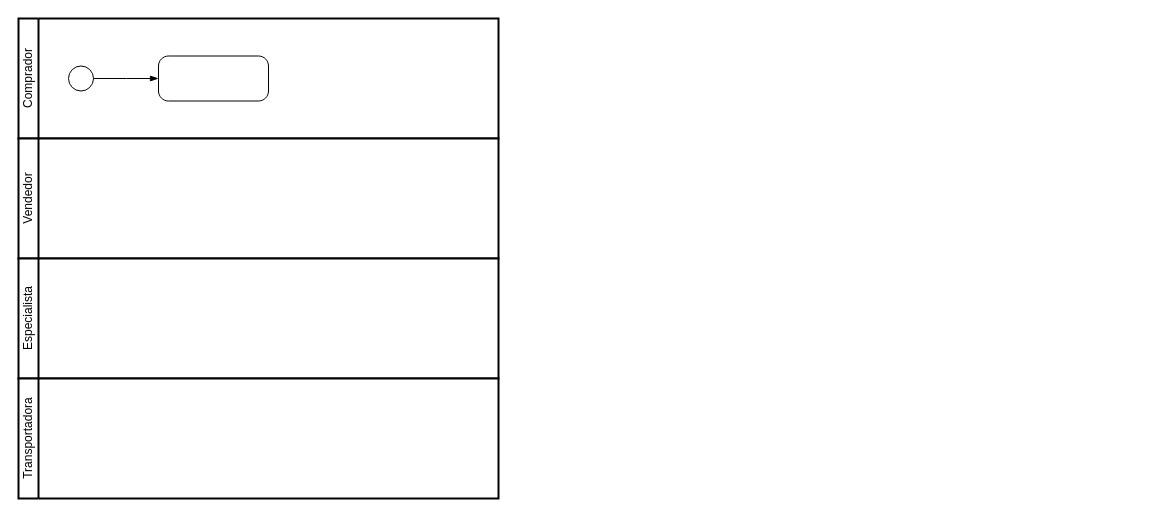
The draw.io diagram page "Modelo As Is" (1 of 2) of ModelagemProcessoNegocio.drawio in luca-moraes/projetoCorintoModelagem, before the edit. Source tidied: cells renumbered, new cells numbered last; positions are measured from the earlier drawing's top-left corner, leaving out a move shared by most shapes. Both pictures are drawn from the tidied source at 100%, with x=0, y=0 at pixel (18, 18).
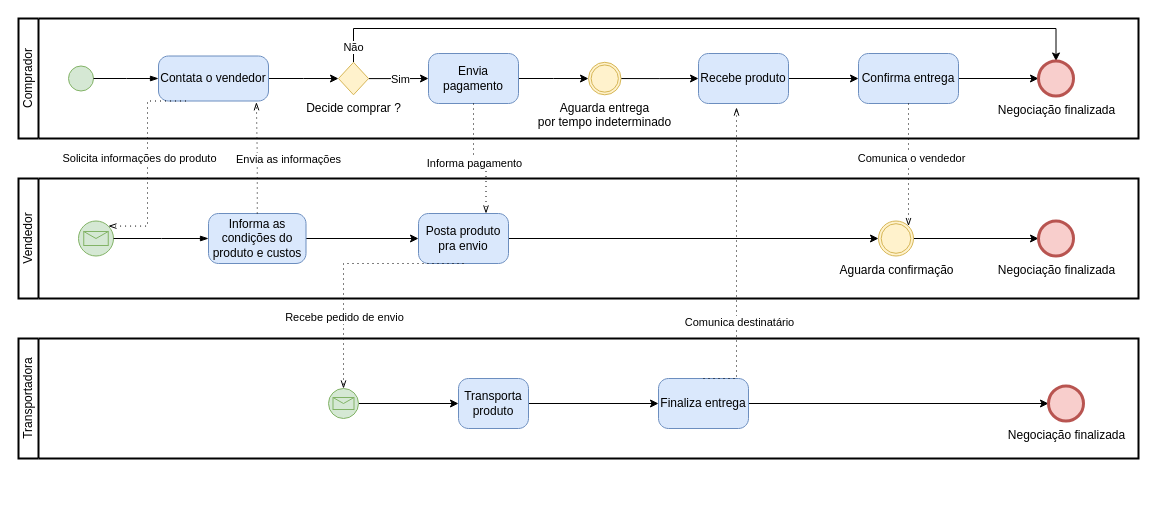
After the change.

What changed in the source:
```diff
@@
     <mxCell id="2" value="Comprador" style="swimlane;html=1;startSize=20;fontStyle=0;horizontal=0;swimlaneLine=1;swimlaneFillColor=#ffffff;strokeWidth=2;whiteSpace=wrap;" parent="1" vertex="1">
-      <mxGeometry width="480" height="120" as="geometry" />
+      <mxGeometry width="1120" height="120" as="geometry" />
     </mxCell>
-    <mxCell id="3" style="points=[[0.145,0.145,0],[0.5,0,0],[0.855,0.145,0],[1,0.5,0],[0.855,0.855,0],[0.5,1,0],[0.145,0.855,0],[0,0.5,0]];shape=mxgraph.bpmn.event;html=1;verticalLabelPosition=bottom;labelBackgroundColor=#ffffff;verticalAlign=top;align=center;perimeter=ellipsePerimeter;outlineConnect=0;outline=standard;symbol=general;" parent="2" vertex="1">
+    <mxCell id="3" style="points=[[0.145,0.145,0],[0.5,0,0],[0.855,0.145,0],[1,0.5,0],[0.855,0.855,0],[0.5,1,0],[0.145,0.855,0],[0,0.5,0]];shape=mxgraph.bpmn.event;html=1;verticalLabelPosition=bottom;labelBackgroundColor=#ffffff;verticalAlign=top;align=center;perimeter=ellipsePerimeter;outlineConnect=0;outline=standard;symbol=general;fillColor=#d5e8d4;strokeColor=#82b366;" parent="2" vertex="1">
       <mxGeometry x="50" y="47.5" width="25" height="25" as="geometry" />
     </mxCell>
+    <mxCell id="9" style="edgeStyle=orthogonalEdgeStyle;rounded=0;jettySize=auto;html=1;entryX=0;entryY=0.5;entryDx=0;entryDy=0;entryPerimeter=0;" parent="2" edge="1" source="4" target="14">
+      <mxGeometry relative="1" as="geometry" />
+    </mxCell>
-    <mxCell id="4" style="points=[[0.25,0,0],[0.5,0,0],[0.75,0,0],[1,0.25,0],[1,0.5,0],[1,0.75,0],[0.75,1,0],[0.5,1,0],[0.25,1,0],[0,0.75,0],[0,0.5,0],[0,0.25,0]];shape=mxgraph.bpmn.task;whiteSpace=wrap;rectStyle=rounded;size=10;html=1;taskMarker=abstract;" parent="2" vertex="1">
+    <mxCell id="4" value="Contata o vendedor" style="points=[[0.25,0,0],[0.5,0,0],[0.75,0,0],[1,0.25,0],[1,0.5,0],[1,0.75,0],[0.75,1,0],[0.5,1,0],[0.25,1,0],[0,0.75,0],[0,0.5,0],[0,0.25,0]];shape=mxgraph.bpmn.task;whiteSpace=wrap;rectStyle=rounded;size=10;html=1;taskMarker=abstract;fillColor=#dae8fc;strokeColor=#6c8ebf;" parent="2" vertex="1">
       <mxGeometry x="140" y="37.5" width="110" height="45" as="geometry" />
     </mxCell>
@@
+    <mxCell id="10" style="edgeStyle=orthogonalEdgeStyle;rounded=0;jettySize=auto;html=1;entryX=0;entryY=0.5;entryDx=0;entryDy=0;entryPerimeter=0;" parent="2" edge="1" source="14" target="16">
+      <mxGeometry relative="1" as="geometry" />
+    </mxCell>
+    <mxCell id="11" value="Sim" style="edgeLabel;html=1;align=center;verticalAlign=middle;" parent="10" vertex="1">
+      <mxGeometry x="0.07" relative="1" as="geometry" />
+    </mxCell>
+    <mxCell id="12" style="edgeStyle=orthogonalEdgeStyle;rounded=0;jettySize=auto;html=1;entryX=0.5;entryY=0;entryDx=0;entryDy=0;entryPerimeter=0;" parent="2" edge="1" source="14" target="23">
+      <mxGeometry relative="1" as="geometry">
+        <Array as="points">
+          <mxPoint x="335" y="10" />
+          <mxPoint x="1038" y="10" />
+        </Array>
+      </mxGeometry>
+    </mxCell>
+    <mxCell id="13" value="Não" style="edgeLabel;html=1;align=center;verticalAlign=middle;" parent="12" vertex="1">
+      <mxGeometry x="-0.96" y="1" relative="1" as="geometry" />
+    </mxCell>
+    <mxCell id="14" value="Decide comprar ?" style="points=[[0.25,0.25,0],[0.5,0,0],[0.75,0.25,0],[1,0.5,0],[0.75,0.75,0],[0.5,1,0],[0.25,0.75,0],[0,0.5,0]];shape=mxgraph.bpmn.gateway2;html=1;verticalLabelPosition=bottom;labelBackgroundColor=#ffffff;verticalAlign=top;align=center;perimeter=rhombusPerimeter;outlineConnect=0;outline=none;symbol=none;fillColor=#fff2cc;strokeColor=#d6b656;" parent="2" vertex="1">
+      <mxGeometry x="320" y="43.8" width="30" height="32.5" as="geometry" />
+    </mxCell>
+    <mxCell id="15" style="edgeStyle=orthogonalEdgeStyle;rounded=0;jettySize=auto;html=1;entryX=0;entryY=0.5;entryDx=0;entryDy=0;entryPerimeter=0;" parent="2" edge="1" source="16" target="20">
+      <mxGeometry relative="1" as="geometry" />
+    </mxCell>
+    <mxCell id="16" value="Envia pagamento" style="points=[[0.25,0,0],[0.5,0,0],[0.75,0,0],[1,0.25,0],[1,0.5,0],[1,0.75,0],[0.75,1,0],[0.5,1,0],[0.25,1,0],[0,0.75,0],[0,0.5,0],[0,0.25,0]];shape=mxgraph.bpmn.task;whiteSpace=wrap;rectStyle=rounded;size=10;html=1;taskMarker=abstract;fillColor=#dae8fc;strokeColor=#6c8ebf;" parent="2" vertex="1">
+      <mxGeometry x="410" y="35" width="90" height="50" as="geometry" />
+    </mxCell>
+    <mxCell id="17" style="edgeStyle=orthogonalEdgeStyle;rounded=0;jettySize=auto;html=1;entryX=0;entryY=0.5;entryDx=0;entryDy=0;entryPerimeter=0;" parent="2" edge="1" source="18" target="22">
+      <mxGeometry relative="1" as="geometry" />
+    </mxCell>
+    <mxCell id="18" value="Recebe produto" style="points=[[0.25,0,0],[0.5,0,0],[0.75,0,0],[1,0.25,0],[1,0.5,0],[1,0.75,0],[0.75,1,0],[0.5,1,0],[0.25,1,0],[0,0.75,0],[0,0.5,0],[0,0.25,0]];shape=mxgraph.bpmn.task;whiteSpace=wrap;rectStyle=rounded;size=10;html=1;taskMarker=abstract;fillColor=#dae8fc;strokeColor=#6c8ebf;" parent="2" vertex="1">
+      <mxGeometry x="680" y="35" width="90" height="50" as="geometry" />
+    </mxCell>
+    <mxCell id="19" style="edgeStyle=orthogonalEdgeStyle;rounded=0;jettySize=auto;html=1;exitX=1;exitY=0.5;exitDx=0;exitDy=0;exitPerimeter=0;" parent="2" edge="1" source="20" target="18">
+      <mxGeometry relative="1" as="geometry" />
+    </mxCell>
+    <mxCell id="20" value="Aguarda entrega &lt;br&gt;por tempo indeterminado" style="points=[[0.145,0.145,0],[0.5,0,0],[0.855,0.145,0],[1,0.5,0],[0.855,0.855,0],[0.5,1,0],[0.145,0.855,0],[0,0.5,0]];shape=mxgraph.bpmn.event;html=1;verticalLabelPosition=bottom;labelBackgroundColor=#ffffff;verticalAlign=top;align=center;perimeter=ellipsePerimeter;outlineConnect=0;outline=throwing;symbol=general;fillColor=#fff2cc;strokeColor=#d6b656;" parent="2" vertex="1">
+      <mxGeometry x="570" y="43.8" width="32.5" height="32.5" as="geometry" />
+    </mxCell>
+    <mxCell id="21" style="edgeStyle=orthogonalEdgeStyle;rounded=0;jettySize=auto;html=1;" parent="2" edge="1" source="22" target="23">
+      <mxGeometry relative="1" as="geometry" />
+    </mxCell>
+    <mxCell id="22" value="Confirma entrega" style="points=[[0.25,0,0],[0.5,0,0],[0.75,0,0],[1,0.25,0],[1,0.5,0],[1,0.75,0],[0.75,1,0],[0.5,1,0],[0.25,1,0],[0,0.75,0],[0,0.5,0],[0,0.25,0]];shape=mxgraph.bpmn.task;whiteSpace=wrap;rectStyle=rounded;size=10;html=1;taskMarker=abstract;fillColor=#dae8fc;strokeColor=#6c8ebf;" parent="2" vertex="1">
+      <mxGeometry x="840" y="35" width="100" height="50" as="geometry" />
+    </mxCell>
+    <mxCell id="23" value="Negociação finalizada" style="points=[[0.145,0.145,0],[0.5,0,0],[0.855,0.145,0],[1,0.5,0],[0.855,0.855,0],[0.5,1,0],[0.145,0.855,0],[0,0.5,0]];shape=mxgraph.bpmn.event;html=1;verticalLabelPosition=bottom;labelBackgroundColor=#ffffff;verticalAlign=top;align=center;perimeter=ellipsePerimeter;outlineConnect=0;outline=end;symbol=terminate2;fillColor=#f8cecc;strokeColor=#b85450;" parent="2" vertex="1">
+      <mxGeometry x="1020" y="42.5" width="35" height="35" as="geometry" />
+    </mxCell>
     <mxCell id="6" value="Vendedor" style="swimlane;html=1;startSize=20;fontStyle=0;horizontal=0;swimlaneLine=1;swimlaneFillColor=#ffffff;strokeWidth=2;whiteSpace=wrap;" parent="1" vertex="1">
-      <mxGeometry y="120" width="480" height="120" as="geometry" />
+      <mxGeometry y="160" width="1120" height="120" as="geometry" />
     </mxCell>
-    <mxCell id="7" value="Especialista" style="swimlane;html=1;startSize=20;fontStyle=0;horizontal=0;swimlaneLine=1;swimlaneFillColor=#ffffff;strokeWidth=2;whiteSpace=wrap;" parent="1" vertex="1">
-      <mxGeometry y="240" width="480" height="120" as="geometry" />
-    </mxCell>
+    <mxCell id="24" style="edgeStyle=orthogonalEdgeStyle;rounded=0;jettySize=auto;html=1;" parent="6" edge="1" source="25" target="29">
+      <mxGeometry relative="1" as="geometry" />
+    </mxCell>
+    <mxCell id="25" value="Informa as condições do produto e custos" style="points=[[0.25,0,0],[0.5,0,0],[0.75,0,0],[1,0.25,0],[1,0.5,0],[1,0.75,0],[0.75,1,0],[0.5,1,0],[0.25,1,0],[0,0.75,0],[0,0.5,0],[0,0.25,0]];shape=mxgraph.bpmn.task;whiteSpace=wrap;rectStyle=rounded;size=10;html=1;taskMarker=abstract;fillColor=#dae8fc;strokeColor=#6c8ebf;" parent="6" vertex="1">
+      <mxGeometry x="190" y="35" width="97.5" height="50" as="geometry" />
+    </mxCell>
+    <mxCell id="26" style="points=[[0.145,0.145,0],[0.5,0,0],[0.855,0.145,0],[1,0.5,0],[0.855,0.855,0],[0.5,1,0],[0.145,0.855,0],[0,0.5,0]];shape=mxgraph.bpmn.event;html=1;verticalLabelPosition=bottom;labelBackgroundColor=#ffffff;verticalAlign=top;align=center;perimeter=ellipsePerimeter;outlineConnect=0;outline=standard;symbol=message;fillColor=#d5e8d4;strokeColor=#82b366;" parent="6" vertex="1">
+      <mxGeometry x="60" y="42.5" width="35" height="35" as="geometry" />
+    </mxCell>
+    <mxCell id="27" style="edgeStyle=elbowEdgeStyle;fontSize=12;html=1;endArrow=blockThin;endFill=1;rounded=0;exitX=1;exitY=0.5;exitDx=0;exitDy=0;exitPerimeter=0;entryX=0;entryY=0.5;entryDx=0;entryDy=0;entryPerimeter=0;" parent="6" edge="1" source="26" target="25">
+      <mxGeometry relative="1" as="geometry" />
+    </mxCell>
+    <mxCell id="28" style="edgeStyle=orthogonalEdgeStyle;rounded=0;jettySize=auto;html=1;" parent="6" edge="1" source="29" target="31">
+      <mxGeometry relative="1" as="geometry" />
+    </mxCell>
+    <mxCell id="29" value="Posta produto pra envio" style="points=[[0.25,0,0],[0.5,0,0],[0.75,0,0],[1,0.25,0],[1,0.5,0],[1,0.75,0],[0.75,1,0],[0.5,1,0],[0.25,1,0],[0,0.75,0],[0,0.5,0],[0,0.25,0]];shape=mxgraph.bpmn.task;whiteSpace=wrap;rectStyle=rounded;size=10;html=1;taskMarker=abstract;fillColor=#dae8fc;strokeColor=#6c8ebf;" parent="6" vertex="1">
+      <mxGeometry x="400" y="35" width="90" height="50" as="geometry" />
+    </mxCell>
+    <mxCell id="30" style="edgeStyle=orthogonalEdgeStyle;rounded=0;jettySize=auto;html=1;entryX=0;entryY=0.5;entryDx=0;entryDy=0;entryPerimeter=0;" parent="6" edge="1" source="31" target="32">
+      <mxGeometry relative="1" as="geometry" />
+    </mxCell>
+    <mxCell id="31" value="Aguarda confirmação" style="points=[[0.145,0.145,0],[0.5,0,0],[0.855,0.145,0],[1,0.5,0],[0.855,0.855,0],[0.5,1,0],[0.145,0.855,0],[0,0.5,0]];shape=mxgraph.bpmn.event;html=1;verticalLabelPosition=bottom;labelBackgroundColor=#ffffff;verticalAlign=top;align=center;perimeter=ellipsePerimeter;outlineConnect=0;outline=throwing;symbol=general;fillColor=#fff2cc;strokeColor=#d6b656;" parent="6" vertex="1">
+      <mxGeometry x="860" y="42.5" width="35" height="35" as="geometry" />
+    </mxCell>
+    <mxCell id="32" value="Negociação finalizada" style="points=[[0.145,0.145,0],[0.5,0,0],[0.855,0.145,0],[1,0.5,0],[0.855,0.855,0],[0.5,1,0],[0.145,0.855,0],[0,0.5,0]];shape=mxgraph.bpmn.event;html=1;verticalLabelPosition=bottom;labelBackgroundColor=#ffffff;verticalAlign=top;align=center;perimeter=ellipsePerimeter;outlineConnect=0;outline=end;symbol=terminate2;fillColor=#f8cecc;strokeColor=#b85450;" parent="6" vertex="1">
+      <mxGeometry x="1020" y="42.5" width="35" height="35" as="geometry" />
+    </mxCell>
     <mxCell id="8" value="Transportadora" style="swimlane;html=1;startSize=20;fontStyle=0;horizontal=0;swimlaneLine=1;swimlaneFillColor=#ffffff;strokeWidth=2;whiteSpace=wrap;" parent="1" vertex="1">
-      <mxGeometry y="360" width="480" height="120" as="geometry" />
+      <mxGeometry y="320" width="1120" height="120" as="geometry" />
     </mxCell>
+    <mxCell id="33" style="edgeStyle=orthogonalEdgeStyle;rounded=0;jettySize=auto;html=1;" parent="8" edge="1" source="34" target="39">
+      <mxGeometry relative="1" as="geometry" />
+    </mxCell>
+    <mxCell id="34" value="Finaliza entrega" style="points=[[0.25,0,0],[0.5,0,0],[0.75,0,0],[1,0.25,0],[1,0.5,0],[1,0.75,0],[0.75,1,0],[0.5,1,0],[0.25,1,0],[0,0.75,0],[0,0.5,0],[0,0.25,0]];shape=mxgraph.bpmn.task;whiteSpace=wrap;rectStyle=rounded;size=10;html=1;taskMarker=abstract;fillColor=#dae8fc;strokeColor=#6c8ebf;" parent="8" vertex="1">
+      <mxGeometry x="640" y="40" width="90" height="50" as="geometry" />
+    </mxCell>
+    <mxCell id="35" style="edgeStyle=orthogonalEdgeStyle;rounded=0;jettySize=auto;html=1;entryX=0;entryY=0.5;entryDx=0;entryDy=0;entryPerimeter=0;" parent="8" edge="1" source="36" target="38">
+      <mxGeometry relative="1" as="geometry" />
+    </mxCell>
+    <mxCell id="36" style="points=[[0.145,0.145,0],[0.5,0,0],[0.855,0.145,0],[1,0.5,0],[0.855,0.855,0],[0.5,1,0],[0.145,0.855,0],[0,0.5,0]];shape=mxgraph.bpmn.event;html=1;verticalLabelPosition=bottom;labelBackgroundColor=#ffffff;verticalAlign=top;align=center;perimeter=ellipsePerimeter;outlineConnect=0;outline=standard;symbol=message;fillColor=#d5e8d4;strokeColor=#82b366;" parent="8" vertex="1">
+      <mxGeometry x="310" y="50" width="30" height="30" as="geometry" />
+    </mxCell>
+    <mxCell id="37" style="edgeStyle=orthogonalEdgeStyle;rounded=0;jettySize=auto;html=1;entryX=0;entryY=0.5;entryDx=0;entryDy=0;entryPerimeter=0;" parent="8" edge="1" source="38" target="34">
+      <mxGeometry relative="1" as="geometry" />
+    </mxCell>
+    <mxCell id="38" value="Transporta produto" style="points=[[0.25,0,0],[0.5,0,0],[0.75,0,0],[1,0.25,0],[1,0.5,0],[1,0.75,0],[0.75,1,0],[0.5,1,0],[0.25,1,0],[0,0.75,0],[0,0.5,0],[0,0.25,0]];shape=mxgraph.bpmn.task;whiteSpace=wrap;rectStyle=rounded;size=10;html=1;taskMarker=abstract;fillColor=#dae8fc;strokeColor=#6c8ebf;" parent="8" vertex="1">
+      <mxGeometry x="440" y="40" width="70" height="50" as="geometry" />
+    </mxCell>
+    <mxCell id="39" value="Negociação finalizada" style="points=[[0.145,0.145,0],[0.5,0,0],[0.855,0.145,0],[1,0.5,0],[0.855,0.855,0],[0.5,1,0],[0.145,0.855,0],[0,0.5,0]];shape=mxgraph.bpmn.event;html=1;verticalLabelPosition=bottom;labelBackgroundColor=#ffffff;verticalAlign=top;align=center;perimeter=ellipsePerimeter;outlineConnect=0;outline=end;symbol=terminate2;fillColor=#f8cecc;strokeColor=#b85450;" parent="8" vertex="1">
+      <mxGeometry x="1030" y="47.5" width="35" height="35" as="geometry" />
+    </mxCell>
+    <mxCell id="40" style="edgeStyle=elbowEdgeStyle;fontSize=12;html=1;endFill=0;startFill=0;endSize=6;startSize=6;dashed=1;dashPattern=1 4;endArrow=openThin;startArrow=none;rounded=0;exitX=0.25;exitY=1;exitDx=0;exitDy=0;exitPerimeter=0;entryX=0.855;entryY=0.145;entryDx=0;entryDy=0;entryPerimeter=0;" parent="1" edge="1" source="4" target="26">
+      <mxGeometry relative="1" as="geometry" />
+    </mxCell>
+    <mxCell id="41" value="Solicita informações do produto" style="edgeLabel;html=1;align=center;verticalAlign=middle;" parent="40" vertex="1">
+      <mxGeometry x="-0.1" relative="1" as="geometry">
+        <mxPoint x="-9" y="4" as="offset" />
+      </mxGeometry>
+    </mxCell>
+    <mxCell id="42" style="edgeStyle=elbowEdgeStyle;fontSize=12;html=1;endFill=0;startFill=0;endSize=6;startSize=6;dashed=1;dashPattern=1 4;endArrow=openThin;startArrow=none;rounded=0;entryX=0.89;entryY=1.028;entryDx=0;entryDy=0;entryPerimeter=0;exitX=0.5;exitY=0;exitDx=0;exitDy=0;exitPerimeter=0;elbow=vertical;" parent="1" edge="1" source="25" target="4">
+      <mxGeometry relative="1" as="geometry" />
+    </mxCell>
+    <mxCell id="43" value="Envia as informações" style="edgeLabel;html=1;align=center;verticalAlign=middle;" parent="42" vertex="1">
+      <mxGeometry x="-0.18" y="-1" relative="1" as="geometry">
+        <mxPoint x="30" y="-9" as="offset" />
+      </mxGeometry>
+    </mxCell>
+    <mxCell id="44" style="edgeStyle=elbowEdgeStyle;fontSize=12;html=1;endFill=0;startFill=0;endSize=6;startSize=6;dashed=1;dashPattern=1 4;endArrow=openThin;startArrow=none;rounded=0;exitX=0.5;exitY=1;exitDx=0;exitDy=0;exitPerimeter=0;entryX=0.75;entryY=0;entryDx=0;entryDy=0;entryPerimeter=0;elbow=vertical;" parent="1" edge="1" source="16" target="29">
+      <mxGeometry relative="1" as="geometry" />
+    </mxCell>
+    <mxCell id="45" value="Informa pagamento" style="edgeLabel;html=1;align=center;verticalAlign=middle;" parent="44" vertex="1">
+      <mxGeometry x="-0.15" y="-1" relative="1" as="geometry">
+        <mxPoint x="1" y="7" as="offset" />
+      </mxGeometry>
+    </mxCell>
+    <mxCell id="46" style="edgeStyle=elbowEdgeStyle;fontSize=12;html=1;endFill=0;startFill=0;endSize=6;startSize=6;dashed=1;dashPattern=1 4;endArrow=openThin;startArrow=none;rounded=0;exitX=0.5;exitY=1;exitDx=0;exitDy=0;exitPerimeter=0;entryX=0.5;entryY=0;entryDx=0;entryDy=0;entryPerimeter=0;" parent="1" edge="1" source="29" target="36">
+      <mxGeometry relative="1" as="geometry">
+        <Array as="points">
+          <mxPoint x="325" y="300" />
+        </Array>
+      </mxGeometry>
+    </mxCell>
+    <mxCell id="47" value="Recebe pedido de envio" style="edgeLabel;html=1;align=center;verticalAlign=middle;" parent="46" vertex="1">
+      <mxGeometry x="0.41" relative="1" as="geometry" />
+    </mxCell>
+    <mxCell id="48" style="edgeStyle=elbowEdgeStyle;fontSize=12;html=1;endFill=0;startFill=0;endSize=6;startSize=6;dashed=1;dashPattern=1 4;endArrow=openThin;startArrow=none;rounded=0;entryX=0.422;entryY=1.08;entryDx=0;entryDy=0;entryPerimeter=0;exitX=0.5;exitY=0;exitDx=0;exitDy=0;exitPerimeter=0;" parent="1" edge="1" source="34" target="18">
+      <mxGeometry relative="1" as="geometry">
+        <Array as="points">
+          <mxPoint x="718" y="240" />
+        </Array>
+      </mxGeometry>
+    </mxCell>
+    <mxCell id="49" value="Comunica destinatário" style="edgeLabel;html=1;align=center;verticalAlign=middle;" parent="48" vertex="1">
+      <mxGeometry x="-0.41" y="-2" relative="1" as="geometry" />
+    </mxCell>
+    <mxCell id="50" style="edgeStyle=elbowEdgeStyle;fontSize=12;html=1;endFill=0;startFill=0;endSize=6;startSize=6;dashed=1;dashPattern=1 4;endArrow=openThin;startArrow=none;rounded=0;exitX=0.5;exitY=1;exitDx=0;exitDy=0;exitPerimeter=0;entryX=0.855;entryY=0.145;entryDx=0;entryDy=0;entryPerimeter=0;" parent="1" edge="1" source="22" target="31">
+      <mxGeometry relative="1" as="geometry" />
+    </mxCell>
+    <mxCell id="51" value="Comunica o vendedor" style="edgeLabel;html=1;align=center;verticalAlign=middle;" parent="50" vertex="1">
+      <mxGeometry x="-0.12" y="2" relative="1" as="geometry" />
+    </mxCell>
```
